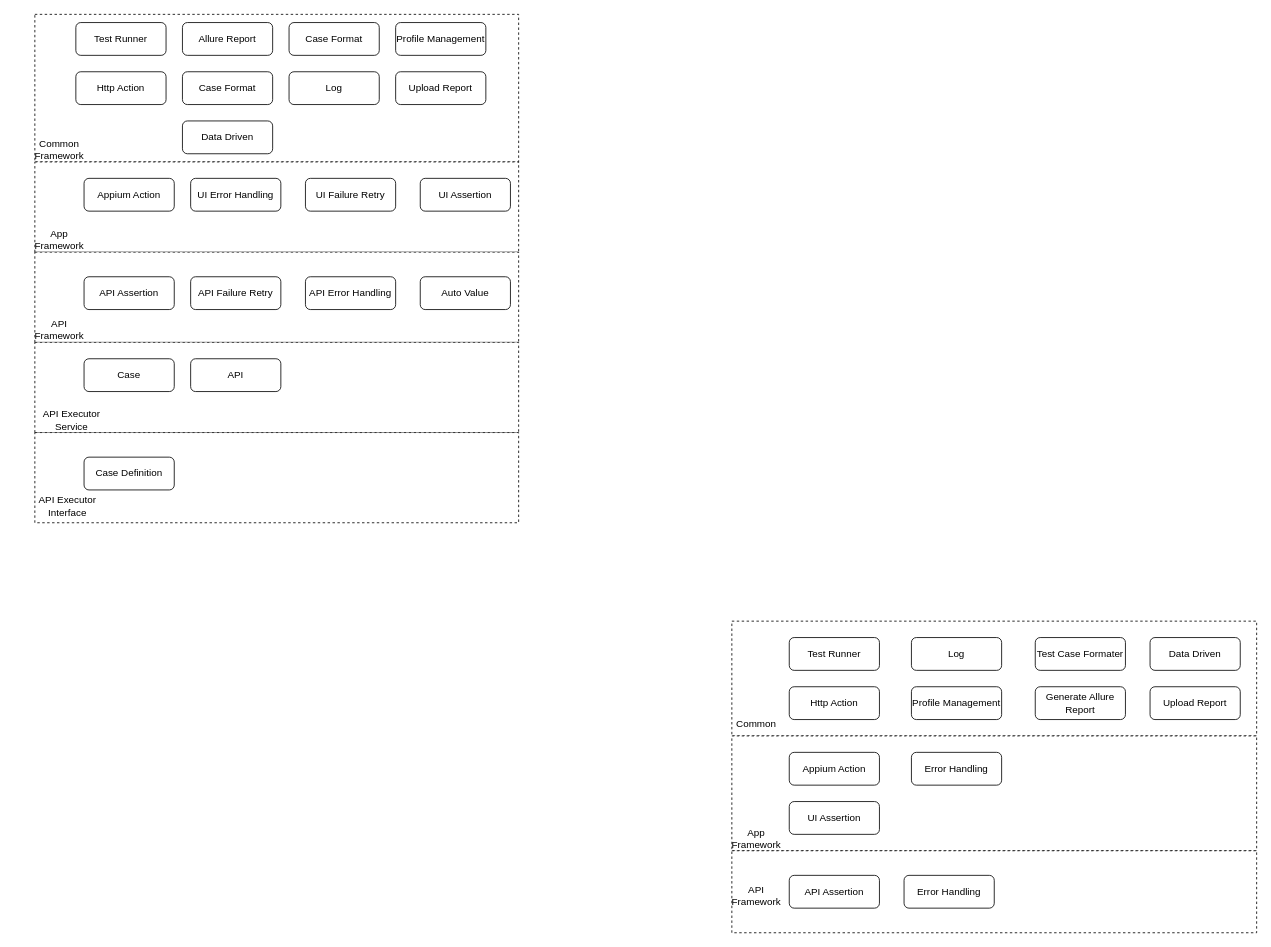
The draw.io diagram page "框架功能" (9 of 9) of App Automation 2.0.drawio in michellec2021/appium-demo, before the edit. Source tidied: cells renumbered, new cells numbered last; positions are measured from the earlier drawing's top-left corner, leaving out a move shared by most shapes. Both pictures are drawn from the tidied source at 82%, with x=0, y=0 at pixel (34, 14).
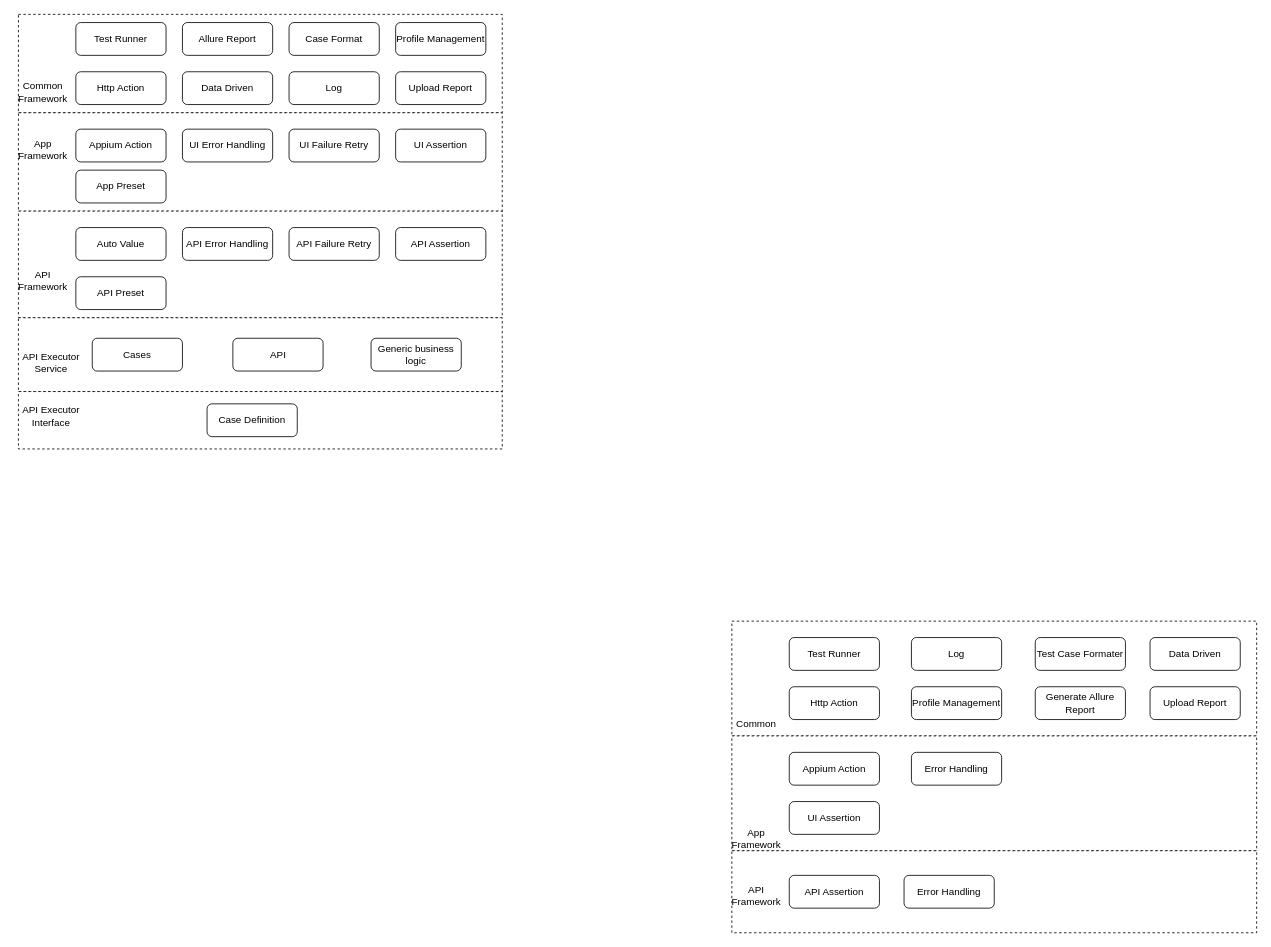
After the change.

The edit, as a diff of the source:
```diff
@@
     <mxCell id="20" style="whiteSpace=wrap;html=1;rounded=0;dashed=1;" parent="1" vertex="1">
-      <mxGeometry width="590" height="180" as="geometry" />
+      <mxGeometry x="-20" width="590" height="120" as="geometry" />
     </mxCell>
@@
     <mxCell id="22" value="Common Framework" style="text;html=1;strokeColor=none;fillColor=none;align=center;verticalAlign=middle;whiteSpace=wrap;rounded=0;" parent="1" vertex="1">
-      <mxGeometry y="150" width="60" height="30" as="geometry" />
+      <mxGeometry x="-20" y="80" width="60" height="30" as="geometry" />
     </mxCell>
@@
-    <mxCell id="26" value="Case Format" style="rounded=1;whiteSpace=wrap;html=1;" parent="1" vertex="1">
-      <mxGeometry x="180" y="70" width="110" height="40" as="geometry" />
-    </mxCell>
@@
     <mxCell id="28" style="whiteSpace=wrap;html=1;rounded=0;dashed=1;" parent="1" vertex="1">
-      <mxGeometry y="180" width="590" height="110" as="geometry" />
+      <mxGeometry x="-20" y="120" width="590" height="120" as="geometry" />
     </mxCell>
     <mxCell id="29" value="App Framework" style="text;html=1;strokeColor=none;fillColor=none;align=center;verticalAlign=middle;whiteSpace=wrap;rounded=0;" parent="1" vertex="1">
-      <mxGeometry y="260" width="60" height="30" as="geometry" />
+      <mxGeometry x="-20" y="150" width="60" height="30" as="geometry" />
     </mxCell>
     <mxCell id="30" value="Appium Action" style="rounded=1;whiteSpace=wrap;html=1;" parent="1" vertex="1">
-      <mxGeometry x="60" y="200" width="110" height="40" as="geometry" />
+      <mxGeometry x="50" y="140" width="110" height="40" as="geometry" />
     </mxCell>
     <mxCell id="31" value="UI Assertion" style="rounded=1;whiteSpace=wrap;html=1;" parent="1" vertex="1">
-      <mxGeometry x="470" y="200" width="110" height="40" as="geometry" />
+      <mxGeometry x="440" y="140" width="110" height="40" as="geometry" />
     </mxCell>
     <mxCell id="32" value="UI Error Handling" style="rounded=1;whiteSpace=wrap;html=1;" parent="1" vertex="1">
-      <mxGeometry x="190" y="200" width="110" height="40" as="geometry" />
+      <mxGeometry x="180" y="140" width="110" height="40" as="geometry" />
     </mxCell>
@@
     <mxCell id="34" value="UI Failure Retry" style="rounded=1;whiteSpace=wrap;html=1;" parent="1" vertex="1">
-      <mxGeometry x="330" y="200" width="110" height="40" as="geometry" />
+      <mxGeometry x="310" y="140" width="110" height="40" as="geometry" />
     </mxCell>
@@
     <mxCell id="37" style="whiteSpace=wrap;html=1;rounded=0;dashed=1;" parent="1" vertex="1">
-      <mxGeometry y="290" width="590" height="110" as="geometry" />
+      <mxGeometry x="-20" y="240" width="590" height="130" as="geometry" />
     </mxCell>
     <mxCell id="38" value="API Framework" style="text;html=1;strokeColor=none;fillColor=none;align=center;verticalAlign=middle;whiteSpace=wrap;rounded=0;" parent="1" vertex="1">
-      <mxGeometry y="370" width="60" height="30" as="geometry" />
+      <mxGeometry x="-20" y="310" width="60" height="30" as="geometry" />
     </mxCell>
     <mxCell id="39" value="API Assertion" style="rounded=1;whiteSpace=wrap;html=1;" parent="1" vertex="1">
-      <mxGeometry x="60" y="320" width="110" height="40" as="geometry" />
+      <mxGeometry x="440" y="260" width="110" height="40" as="geometry" />
     </mxCell>
     <mxCell id="40" value="API Error Handling" style="rounded=1;whiteSpace=wrap;html=1;" parent="1" vertex="1">
-      <mxGeometry x="330" y="320" width="110" height="40" as="geometry" />
+      <mxGeometry x="180" y="260" width="110" height="40" as="geometry" />
     </mxCell>
     <mxCell id="41" value="API Failure Retry" style="rounded=1;whiteSpace=wrap;html=1;" parent="1" vertex="1">
-      <mxGeometry x="190" y="320" width="110" height="40" as="geometry" />
+      <mxGeometry x="310" y="260" width="110" height="40" as="geometry" />
     </mxCell>
     <mxCell id="42" value="Data Driven" style="rounded=1;whiteSpace=wrap;html=1;" parent="1" vertex="1">
-      <mxGeometry x="180" y="130" width="110" height="40" as="geometry" />
+      <mxGeometry x="180" y="70" width="110" height="40" as="geometry" />
     </mxCell>
     <mxCell id="43" style="whiteSpace=wrap;html=1;rounded=0;dashed=1;" parent="1" vertex="1">
-      <mxGeometry y="400" width="590" height="110" as="geometry" />
+      <mxGeometry x="-20" y="370" width="590" height="90" as="geometry" />
     </mxCell>
     <mxCell id="44" value="API Executor Service" style="text;html=1;strokeColor=none;fillColor=none;align=center;verticalAlign=middle;whiteSpace=wrap;rounded=0;" parent="1" vertex="1">
-      <mxGeometry y="480" width="90" height="30" as="geometry" />
+      <mxGeometry x="-25" y="410" width="90" height="30" as="geometry" />
     </mxCell>
-    <mxCell id="45" value="Case" style="rounded=1;whiteSpace=wrap;html=1;" parent="1" vertex="1">
-      <mxGeometry x="60" y="420" width="110" height="40" as="geometry" />
+    <mxCell id="45" value="Cases" style="rounded=1;whiteSpace=wrap;html=1;" parent="1" vertex="1">
+      <mxGeometry x="70" y="395" width="110" height="40" as="geometry" />
     </mxCell>
     <mxCell id="46" value="Auto Value" style="rounded=1;whiteSpace=wrap;html=1;" parent="1" vertex="1">
-      <mxGeometry x="470" y="320" width="110" height="40" as="geometry" />
+      <mxGeometry x="50" y="260" width="110" height="40" as="geometry" />
     </mxCell>
     <mxCell id="47" value="API" style="rounded=1;whiteSpace=wrap;html=1;" parent="1" vertex="1">
-      <mxGeometry x="190" y="420" width="110" height="40" as="geometry" />
+      <mxGeometry x="241.5" y="395" width="110" height="40" as="geometry" />
     </mxCell>
     <mxCell id="48" style="whiteSpace=wrap;html=1;rounded=0;dashed=1;" parent="1" vertex="1">
-      <mxGeometry y="510" width="590" height="110" as="geometry" />
+      <mxGeometry x="-20" y="460" width="590" height="70" as="geometry" />
     </mxCell>
     <mxCell id="49" value="API Executor Interface" style="text;html=1;strokeColor=none;fillColor=none;align=center;verticalAlign=middle;whiteSpace=wrap;rounded=0;" parent="1" vertex="1">
-      <mxGeometry y="590" width="80" height="20" as="geometry" />
+      <mxGeometry x="-20" y="480" width="80" height="20" as="geometry" />
     </mxCell>
     <mxCell id="50" value="Case Definition" style="rounded=1;whiteSpace=wrap;html=1;" parent="1" vertex="1">
-      <mxGeometry x="60" y="540" width="110" height="40" as="geometry" />
+      <mxGeometry x="210" y="475" width="110" height="40" as="geometry" />
     </mxCell>
+    <mxCell id="51" value="Generic business logic" style="rounded=1;whiteSpace=wrap;html=1;" parent="1" vertex="1">
+      <mxGeometry x="410" y="395" width="110" height="40" as="geometry" />
+    </mxCell>
+    <mxCell id="52" value="App Preset" style="rounded=1;whiteSpace=wrap;html=1;" parent="1" vertex="1">
+      <mxGeometry x="50" y="190" width="110" height="40" as="geometry" />
+    </mxCell>
+    <mxCell id="53" value="API Preset" style="rounded=1;whiteSpace=wrap;html=1;" parent="1" vertex="1">
+      <mxGeometry x="50" y="320" width="110" height="40" as="geometry" />
+    </mxCell>
```
